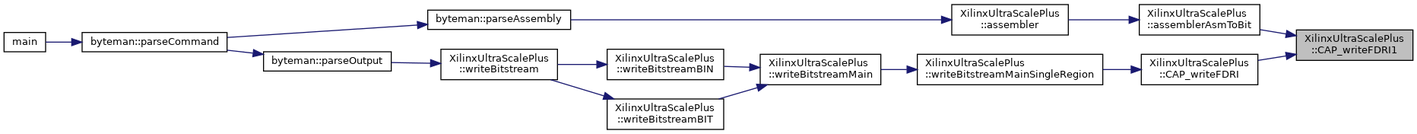
Above: classXilinxUltraScalePlus_aede65ef4cccf0d77f0a9168382e73e29_icgraph.png in FPGA-Research-Manchester/byteman (Graphviz), before the change. Its source is kept beside it as classXilinxUltraScalePlus_aede65ef4cccf0d77f0a9168382e73e29_icgraph.dot. The source it was exported from:
```dot
digraph "XilinxUltraScalePlus::CAP_writeFDRI1"
{
  edge [fontname="Helvetica",fontsize="10",labelfontname="Helvetica",labelfontsize="10"];
  node [fontname="Helvetica",fontsize="10",shape=record];
  rankdir="RL";
  Node1 [label="XilinxUltraScalePlus\l::CAP_writeFDRI1",height=0.2,width=0.4,color="black", fillcolor="grey75", style="filled", fontcolor="black",tooltip=" "];
  Node1 -> Node2 [dir="back",color="midnightblue",fontsize="10",style="solid",fontname="Helvetica"];
  Node2 [label="XilinxUltraScalePlus\l::assemblerAsmToBit",height=0.2,width=0.4,color="black", fillcolor="white", style="filled",URL="$classXilinxUltraScalePlus.html#a058802c627c4177c6fd88ca079551207",tooltip=" "];
  Node2 -> Node3 [dir="back",color="midnightblue",fontsize="10",style="solid",fontname="Helvetica"];
  Node3 [label="XilinxUltraScalePlus\l::assembler",height=0.2,width=0.4,color="black", fillcolor="white", style="filled",URL="$classXilinxUltraScalePlus.html#a53e5f6ec962f1f2a961f90b8b9e90e10",tooltip=" "];
  Node3 -> Node4 [dir="back",color="midnightblue",fontsize="10",style="solid",fontname="Helvetica"];
  Node4 [label="byteman::parseAssembly",height=0.2,width=0.4,color="black", fillcolor="white", style="filled",URL="$classbyteman.html#a5e7f2e31d95626075a6ce22b54ecbbf8",tooltip=" "];
  Node4 -> Node5 [dir="back",color="midnightblue",fontsize="10",style="solid",fontname="Helvetica"];
  Node5 [label="byteman::parseCommand",height=0.2,width=0.4,color="black", fillcolor="white", style="filled",URL="$classbyteman.html#a97ad2d6b20a10ddb0dd8d373159eea4e",tooltip=" "];
  Node5 -> Node6 [dir="back",color="midnightblue",fontsize="10",style="solid",fontname="Helvetica"];
  Node6 [label="main",height=0.2,width=0.4,color="black", fillcolor="white", style="filled",URL="$byteman_8cpp.html#a0ddf1224851353fc92bfbff6f499fa97",tooltip=" "];
  Node1 -> Node7 [dir="back",color="midnightblue",fontsize="10",style="solid",fontname="Helvetica"];
  Node7 [label="XilinxUltraScalePlus\l::CAP_writeFDRI",height=0.2,width=0.4,color="black", fillcolor="white", style="filled",URL="$classXilinxUltraScalePlus.html#ab2c3ca3d68a14cd6cf50d1f8cca6b0ed",tooltip=" "];
  Node7 -> Node8 [dir="back",color="midnightblue",fontsize="10",style="solid",fontname="Helvetica"];
  Node8 [label="XilinxUltraScalePlus\l::writeBitstreamMainSingleRegion",height=0.2,width=0.4,color="black", fillcolor="white", style="filled",URL="$classXilinxUltraScalePlus.html#a838df6236b078c1a751e65feb9463e12",tooltip=" "];
  Node8 -> Node9 [dir="back",color="midnightblue",fontsize="10",style="solid",fontname="Helvetica"];
  Node9 [label="XilinxUltraScalePlus\l::writeBitstreamMain",height=0.2,width=0.4,color="black", fillcolor="white", style="filled",URL="$classXilinxUltraScalePlus.html#afcd0f828eff528d0c178a5e473ee2181",tooltip=" "];
  Node9 -> Node10 [dir="back",color="midnightblue",fontsize="10",style="solid",fontname="Helvetica"];
  Node10 [label="XilinxUltraScalePlus\l::writeBitstreamBIN",height=0.2,width=0.4,color="black", fillcolor="white", style="filled",URL="$classXilinxUltraScalePlus.html#ab32b8ddf6ed62003568932d9167f7231",tooltip=" "];
  Node10 -> Node11 [dir="back",color="midnightblue",fontsize="10",style="solid",fontname="Helvetica"];
  Node11 [label="XilinxUltraScalePlus\l::writeBitstream",height=0.2,width=0.4,color="black", fillcolor="white", style="filled",URL="$classXilinxUltraScalePlus.html#a7f2a7c34766d004adc6f1cfe1bdd62e7",tooltip=" "];
  Node11 -> Node12 [dir="back",color="midnightblue",fontsize="10",style="solid",fontname="Helvetica"];
  Node12 [label="byteman::parseOutput",height=0.2,width=0.4,color="black", fillcolor="white", style="filled",URL="$classbyteman.html#a2ff1e5c9e9b542e9f74768b296ace32f",tooltip=" "];
  Node12 -> Node5 [dir="back",color="midnightblue",fontsize="10",style="solid",fontname="Helvetica"];
  Node9 -> Node13 [dir="back",color="midnightblue",fontsize="10",style="solid",fontname="Helvetica"];
  Node13 [label="XilinxUltraScalePlus\l::writeBitstreamBIT",height=0.2,width=0.4,color="black", fillcolor="white", style="filled",URL="$classXilinxUltraScalePlus.html#aafc764306446548f9127f3e30759af49",tooltip=" "];
  Node13 -> Node11 [dir="back",color="midnightblue",fontsize="10",style="solid",fontname="Helvetica"];
}
```
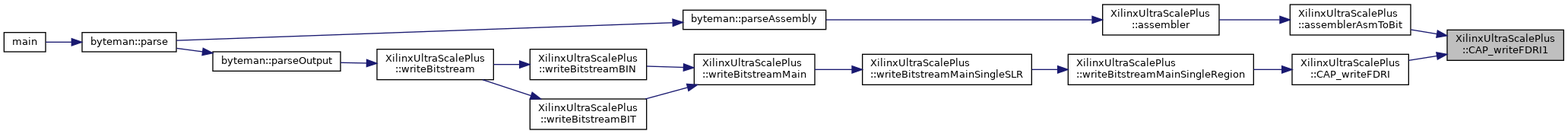
The same file after the commit.

Change to the diagram source:
```diff
@@ -11,23 +11,25 @@
   Node3 -> Node4 [dir="back",color="midnightblue",fontsize="10",style="solid",fontname="Helvetica"];
   Node4 [label="byteman::parseAssembly",height=0.2,width=0.4,color="black", fillcolor="white", style="filled",URL="$classbyteman.html#a5e7f2e31d95626075a6ce22b54ecbbf8",tooltip=" "];
   Node4 -> Node5 [dir="back",color="midnightblue",fontsize="10",style="solid",fontname="Helvetica"];
-  Node5 [label="byteman::parseCommand",height=0.2,width=0.4,color="black", fillcolor="white", style="filled",URL="$classbyteman.html#a97ad2d6b20a10ddb0dd8d373159eea4e",tooltip=" "];
+  Node5 [label="byteman::parse",height=0.2,width=0.4,color="black", fillcolor="white", style="filled",URL="$classbyteman.html#a0ce0e992678e3f8b51cc5e01cea14ddb",tooltip=" "];
   Node5 -> Node6 [dir="back",color="midnightblue",fontsize="10",style="solid",fontname="Helvetica"];
   Node6 [label="main",height=0.2,width=0.4,color="black", fillcolor="white", style="filled",URL="$byteman_8cpp.html#a0ddf1224851353fc92bfbff6f499fa97",tooltip=" "];
   Node1 -> Node7 [dir="back",color="midnightblue",fontsize="10",style="solid",fontname="Helvetica"];
   Node7 [label="XilinxUltraScalePlus\l::CAP_writeFDRI",height=0.2,width=0.4,color="black", fillcolor="white", style="filled",URL="$classXilinxUltraScalePlus.html#ab2c3ca3d68a14cd6cf50d1f8cca6b0ed",tooltip=" "];
   Node7 -> Node8 [dir="back",color="midnightblue",fontsize="10",style="solid",fontname="Helvetica"];
-  Node8 [label="XilinxUltraScalePlus\l::writeBitstreamMainSingleRegion",height=0.2,width=0.4,color="black", fillcolor="white", style="filled",URL="$classXilinxUltraScalePlus.html#a838df6236b078c1a751e65feb9463e12",tooltip=" "];
+  Node8 [label="XilinxUltraScalePlus\l::writeBitstreamMainSingleRegion",height=0.2,width=0.4,color="black", fillcolor="white", style="filled",URL="$classXilinxUltraScalePlus.html#a1b63faa4285401972ad75e524434c89b",tooltip=" "];
   Node8 -> Node9 [dir="back",color="midnightblue",fontsize="10",style="solid",fontname="Helvetica"];
-  Node9 [label="XilinxUltraScalePlus\l::writeBitstreamMain",height=0.2,width=0.4,color="black", fillcolor="white", style="filled",URL="$classXilinxUltraScalePlus.html#afcd0f828eff528d0c178a5e473ee2181",tooltip=" "];
+  Node9 [label="XilinxUltraScalePlus\l::writeBitstreamMainSingleSLR",height=0.2,width=0.4,color="black", fillcolor="white", style="filled",URL="$classXilinxUltraScalePlus.html#a452023c07e40cbb6b1a5c65db8494a65",tooltip=" "];
   Node9 -> Node10 [dir="back",color="midnightblue",fontsize="10",style="solid",fontname="Helvetica"];
-  Node10 [label="XilinxUltraScalePlus\l::writeBitstreamBIN",height=0.2,width=0.4,color="black", fillcolor="white", style="filled",URL="$classXilinxUltraScalePlus.html#ab32b8ddf6ed62003568932d9167f7231",tooltip=" "];
+  Node10 [label="XilinxUltraScalePlus\l::writeBitstreamMain",height=0.2,width=0.4,color="black", fillcolor="white", style="filled",URL="$classXilinxUltraScalePlus.html#afcd0f828eff528d0c178a5e473ee2181",tooltip=" "];
   Node10 -> Node11 [dir="back",color="midnightblue",fontsize="10",style="solid",fontname="Helvetica"];
-  Node11 [label="XilinxUltraScalePlus\l::writeBitstream",height=0.2,width=0.4,color="black", fillcolor="white", style="filled",URL="$classXilinxUltraScalePlus.html#a7f2a7c34766d004adc6f1cfe1bdd62e7",tooltip=" "];
+  Node11 [label="XilinxUltraScalePlus\l::writeBitstreamBIN",height=0.2,width=0.4,color="black", fillcolor="white", style="filled",URL="$classXilinxUltraScalePlus.html#ab32b8ddf6ed62003568932d9167f7231",tooltip=" "];
   Node11 -> Node12 [dir="back",color="midnightblue",fontsize="10",style="solid",fontname="Helvetica"];
-  Node12 [label="byteman::parseOutput",height=0.2,width=0.4,color="black", fillcolor="white", style="filled",URL="$classbyteman.html#a2ff1e5c9e9b542e9f74768b296ace32f",tooltip=" "];
-  Node12 -> Node5 [dir="back",color="midnightblue",fontsize="10",style="solid",fontname="Helvetica"];
-  Node9 -> Node13 [dir="back",color="midnightblue",fontsize="10",style="solid",fontname="Helvetica"];
-  Node13 [label="XilinxUltraScalePlus\l::writeBitstreamBIT",height=0.2,width=0.4,color="black", fillcolor="white", style="filled",URL="$classXilinxUltraScalePlus.html#aafc764306446548f9127f3e30759af49",tooltip=" "];
-  Node13 -> Node11 [dir="back",color="midnightblue",fontsize="10",style="solid",fontname="Helvetica"];
+  Node12 [label="XilinxUltraScalePlus\l::writeBitstream",height=0.2,width=0.4,color="black", fillcolor="white", style="filled",URL="$classXilinxUltraScalePlus.html#a7f2a7c34766d004adc6f1cfe1bdd62e7",tooltip=" "];
+  Node12 -> Node13 [dir="back",color="midnightblue",fontsize="10",style="solid",fontname="Helvetica"];
+  Node13 [label="byteman::parseOutput",height=0.2,width=0.4,color="black", fillcolor="white", style="filled",URL="$classbyteman.html#a2ff1e5c9e9b542e9f74768b296ace32f",tooltip=" "];
+  Node13 -> Node5 [dir="back",color="midnightblue",fontsize="10",style="solid",fontname="Helvetica"];
+  Node10 -> Node14 [dir="back",color="midnightblue",fontsize="10",style="solid",fontname="Helvetica"];
+  Node14 [label="XilinxUltraScalePlus\l::writeBitstreamBIT",height=0.2,width=0.4,color="black", fillcolor="white", style="filled",URL="$classXilinxUltraScalePlus.html#aafc764306446548f9127f3e30759af49",tooltip=" "];
+  Node14 -> Node12 [dir="back",color="midnightblue",fontsize="10",style="solid",fontname="Helvetica"];
 }
```
